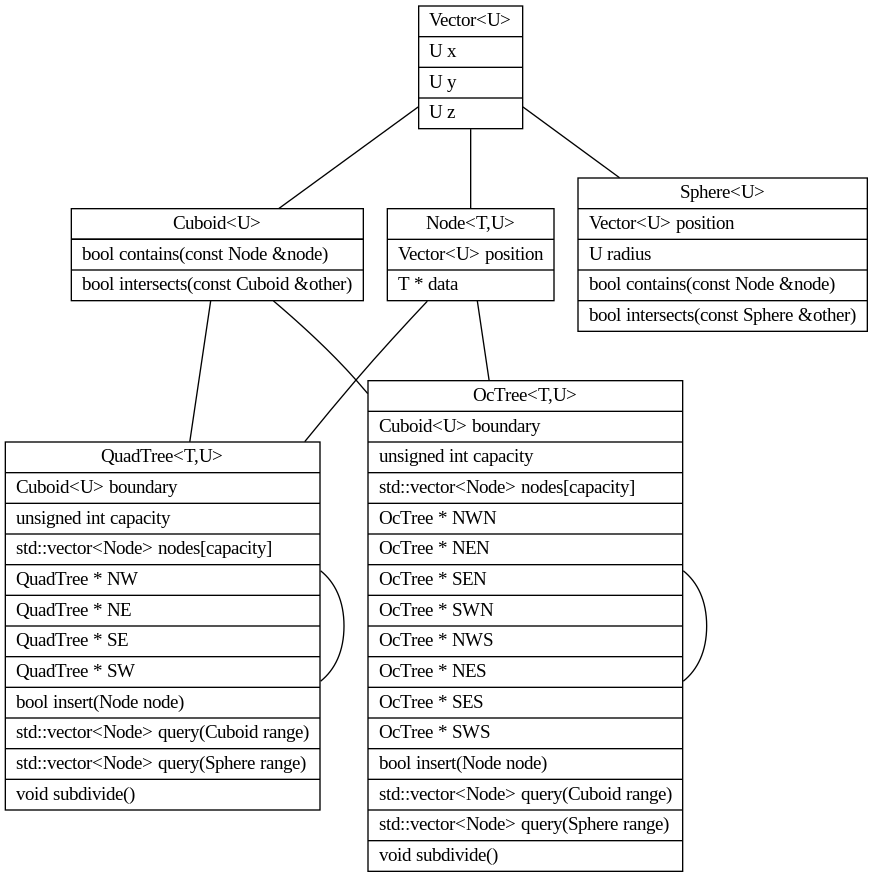
Earlier version of the Graphviz export doc/classes.dot.png (pvorselaars/spatial-tree). Its source is kept beside it as doc/classes.dot.
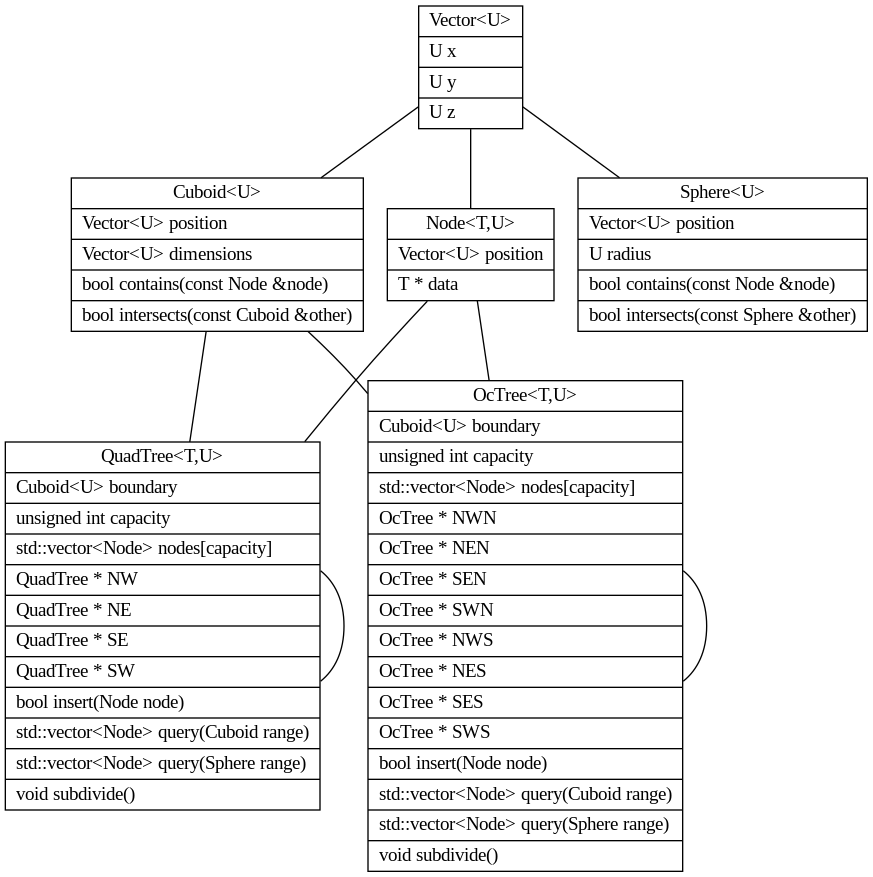
The same file after the commit.

Change to the diagram source:
```diff
@@ -19,8 +19,8 @@
 			bool intersects(const Sphere &other)\l}"]
 
 	Cuboid [label="{Cuboid\<U\>|
-			Vector<U> position\l|
-			Vector<U> dimensions\l|
+			Vector\<U\> position\l|
+			Vector\<U\> dimensions\l|
 			bool contains(const Node &node)\l|
 			bool intersects(const Cuboid &other)\l}"]
 
```
